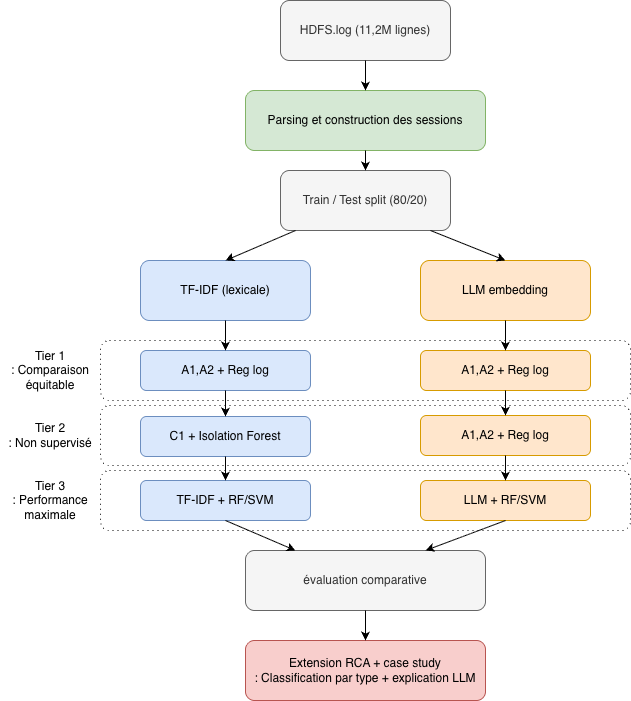
Above: flow_chart.png in epgpt11/semantic-log-anomaly-detection (draw.io), before the change. Source tidied: cells renumbered, new cells last; positions are measured from the earlier drawing's top-left corner, leaving out a move shared by most shapes. Source of this version:
```xml
<mxGraphModel>
  <root>
    <mxCell id="0" />
    <mxCell id="1" parent="0" />
    <mxCell id="2" style="rounded=1;whiteSpace=wrap;html=1;glass=0;dashed=1;dashPattern=1 4;fillColor=none;" parent="1" vertex="1">
      <mxGeometry x="100" y="470" width="530" height="60" as="geometry" />
    </mxCell>
    <mxCell id="3" style="rounded=1;whiteSpace=wrap;html=1;glass=0;dashed=1;dashPattern=1 4;fillColor=none;" parent="1" vertex="1">
      <mxGeometry x="100" y="405" width="530" height="60" as="geometry" />
    </mxCell>
    <mxCell id="4" style="rounded=1;whiteSpace=wrap;html=1;glass=0;dashed=1;dashPattern=1 4;fillColor=none;" parent="1" vertex="1">
      <mxGeometry x="100" y="340" width="530" height="60" as="geometry" />
    </mxCell>
    <mxCell id="5" value="HDFS.log (11,2M lignes)" style="rounded=1;whiteSpace=wrap;html=1;fillColor=#f5f5f5;fontColor=#333333;strokeColor=#666666;" parent="1" vertex="1">
      <mxGeometry x="280" width="170" height="60" as="geometry" />
    </mxCell>
    <mxCell id="6" value="Parsing et construction des sessions" style="rounded=1;whiteSpace=wrap;html=1;fillColor=#d5e8d4;strokeColor=#82b366;" parent="1" vertex="1">
      <mxGeometry x="245" y="90" width="240" height="60" as="geometry" />
    </mxCell>
    <mxCell id="7" value="Train / Test split (80/20)" style="rounded=1;whiteSpace=wrap;html=1;fillColor=#f5f5f5;fontColor=#333333;strokeColor=#666666;" parent="1" vertex="1">
      <mxGeometry x="280" y="170" width="170" height="60" as="geometry" />
    </mxCell>
    <mxCell id="8" value="TF-IDF (lexicale)" style="rounded=1;whiteSpace=wrap;html=1;fillColor=#dae8fc;strokeColor=#6c8ebf;" parent="1" vertex="1">
      <mxGeometry x="140" y="260" width="170" height="60" as="geometry" />
    </mxCell>
    <mxCell id="9" value="LLM embedding" style="rounded=1;whiteSpace=wrap;html=1;fillColor=#ffe6cc;strokeColor=#d79b00;" parent="1" vertex="1">
      <mxGeometry x="420" y="260" width="170" height="60" as="geometry" />
    </mxCell>
    <mxCell id="10" value="A1,A2 + Reg log" style="rounded=1;whiteSpace=wrap;html=1;fillColor=#dae8fc;strokeColor=#6c8ebf;" parent="1" vertex="1">
      <mxGeometry x="140" y="350" width="170" height="40" as="geometry" />
    </mxCell>
    <mxCell id="11" value="C1 + Isolation Forest" style="rounded=1;whiteSpace=wrap;html=1;fillColor=#dae8fc;strokeColor=#6c8ebf;" parent="1" vertex="1">
      <mxGeometry x="140" y="416" width="170" height="40" as="geometry" />
    </mxCell>
    <mxCell id="12" value="A1,A2 + Reg log" style="rounded=1;whiteSpace=wrap;html=1;fillColor=#ffe6cc;strokeColor=#d79b00;" parent="1" vertex="1">
      <mxGeometry x="420" y="350" width="170" height="40" as="geometry" />
    </mxCell>
    <mxCell id="13" value="A1,A2 + Reg log" style="rounded=1;whiteSpace=wrap;html=1;fillColor=#ffe6cc;strokeColor=#d79b00;" parent="1" vertex="1">
      <mxGeometry x="420" y="415" width="170" height="40" as="geometry" />
    </mxCell>
    <mxCell id="14" value="TF-IDF + RF/SVM" style="rounded=1;whiteSpace=wrap;html=1;fillColor=#dae8fc;strokeColor=#6c8ebf;" parent="1" vertex="1">
      <mxGeometry x="140" y="480" width="170" height="40" as="geometry" />
    </mxCell>
    <mxCell id="15" value="LLM + RF/SVM" style="rounded=1;whiteSpace=wrap;html=1;fillColor=#ffe6cc;strokeColor=#d79b00;" parent="1" vertex="1">
      <mxGeometry x="420" y="480" width="170" height="40" as="geometry" />
    </mxCell>
    <mxCell id="16" value="évaluation comparative" style="rounded=1;whiteSpace=wrap;html=1;fillColor=#f5f5f5;strokeColor=#666666;fontColor=#333333;" parent="1" vertex="1">
      <mxGeometry x="245" y="550" width="240" height="60" as="geometry" />
    </mxCell>
    <mxCell id="17" value="Tier 1&lt;div&gt;: Comparaison équitable&lt;/div&gt;" style="text;html=1;whiteSpace=wrap;strokeColor=none;fillColor=none;align=center;verticalAlign=middle;rounded=0;" parent="1" vertex="1">
      <mxGeometry y="355" width="100" height="30" as="geometry" />
    </mxCell>
    <mxCell id="18" value="Tier 2&lt;div&gt;: Non supervisé&lt;/div&gt;" style="text;html=1;whiteSpace=wrap;strokeColor=none;fillColor=none;align=center;verticalAlign=middle;rounded=0;" parent="1" vertex="1">
      <mxGeometry y="420" width="100" height="30" as="geometry" />
    </mxCell>
    <mxCell id="19" value="Tier 3&lt;div&gt;: Performance maximale&lt;/div&gt;" style="text;html=1;whiteSpace=wrap;strokeColor=none;fillColor=none;align=center;verticalAlign=middle;rounded=0;" parent="1" vertex="1">
      <mxGeometry y="485" width="100" height="30" as="geometry" />
    </mxCell>
    <mxCell id="20" value="Extension RCA + case study&lt;div&gt;: Classification par type + explication LLM&lt;/div&gt;" style="rounded=1;whiteSpace=wrap;html=1;fillColor=#f8cecc;strokeColor=#b85450;" parent="1" vertex="1">
      <mxGeometry x="245" y="640" width="240" height="60" as="geometry" />
    </mxCell>
    <mxCell id="21" style="endArrow=classic;html=1;rounded=0;entryX=0.5;entryY=0;entryDx=0;entryDy=0;" parent="1" edge="1" source="6" target="7">
      <mxGeometry relative="1" as="geometry" />
    </mxCell>
    <mxCell id="22" style="endArrow=classic;html=1;rounded=0;entryX=0.5;entryY=0;entryDx=0;entryDy=0;" parent="1" edge="1" source="7" target="8">
      <mxGeometry relative="1" as="geometry" />
    </mxCell>
    <mxCell id="23" style="endArrow=classic;html=1;rounded=0;entryX=0.5;entryY=0;entryDx=0;entryDy=0;" parent="1" edge="1" target="9">
      <mxGeometry relative="1" as="geometry">
        <mxPoint x="430" y="230" as="sourcePoint" />
      </mxGeometry>
    </mxCell>
    <mxCell id="24" style="endArrow=classic;html=1;rounded=0;exitX=0.5;exitY=1;exitDx=0;exitDy=0;" parent="1" edge="1" source="8" target="10">
      <mxGeometry relative="1" as="geometry" />
    </mxCell>
    <mxCell id="25" style="endArrow=classic;html=1;rounded=0;exitX=0.5;exitY=1;exitDx=0;exitDy=0;entryX=0.5;entryY=0;entryDx=0;entryDy=0;" parent="1" edge="1" source="9" target="12">
      <mxGeometry relative="1" as="geometry" />
    </mxCell>
    <mxCell id="26" style="endArrow=classic;html=1;rounded=0;exitX=0.5;exitY=1;exitDx=0;exitDy=0;entryX=0.5;entryY=0;entryDx=0;entryDy=0;" parent="1" edge="1" source="10" target="11">
      <mxGeometry relative="1" as="geometry" />
    </mxCell>
    <mxCell id="27" style="endArrow=classic;html=1;rounded=0;exitX=0.5;exitY=1;exitDx=0;exitDy=0;entryX=0.5;entryY=0;entryDx=0;entryDy=0;" parent="1" edge="1" source="12" target="13">
      <mxGeometry relative="1" as="geometry" />
    </mxCell>
    <mxCell id="28" style="endArrow=classic;html=1;rounded=0;exitX=0.5;exitY=1;exitDx=0;exitDy=0;" parent="1" edge="1" source="11" target="14">
      <mxGeometry relative="1" as="geometry" />
    </mxCell>
    <mxCell id="29" style="endArrow=classic;html=1;rounded=0;exitX=0.5;exitY=1;exitDx=0;exitDy=0;entryX=0.5;entryY=0;entryDx=0;entryDy=0;" parent="1" edge="1" source="13" target="15">
      <mxGeometry relative="1" as="geometry" />
    </mxCell>
    <mxCell id="30" style="endArrow=classic;html=1;rounded=0;exitX=0.5;exitY=1;exitDx=0;exitDy=0;" parent="1" edge="1" source="14" target="16">
      <mxGeometry relative="1" as="geometry" />
    </mxCell>
    <mxCell id="31" style="endArrow=classic;html=1;rounded=0;exitX=0.5;exitY=1;exitDx=0;exitDy=0;entryX=0.75;entryY=0;entryDx=0;entryDy=0;" parent="1" edge="1" source="15" target="16">
      <mxGeometry relative="1" as="geometry" />
    </mxCell>
    <mxCell id="32" style="endArrow=classic;html=1;rounded=0;exitX=0.5;exitY=1;exitDx=0;exitDy=0;entryX=0.5;entryY=0;entryDx=0;entryDy=0;" parent="1" edge="1" source="16" target="20">
      <mxGeometry relative="1" as="geometry" />
    </mxCell>
    <mxCell id="33" style="endArrow=classic;html=1;rounded=0;exitX=0.5;exitY=1;exitDx=0;exitDy=0;entryX=0.5;entryY=0;entryDx=0;entryDy=0;" parent="1" edge="1" source="5" target="6">
      <mxGeometry relative="1" as="geometry" />
    </mxCell>
  </root>
</mxGraphModel>
```
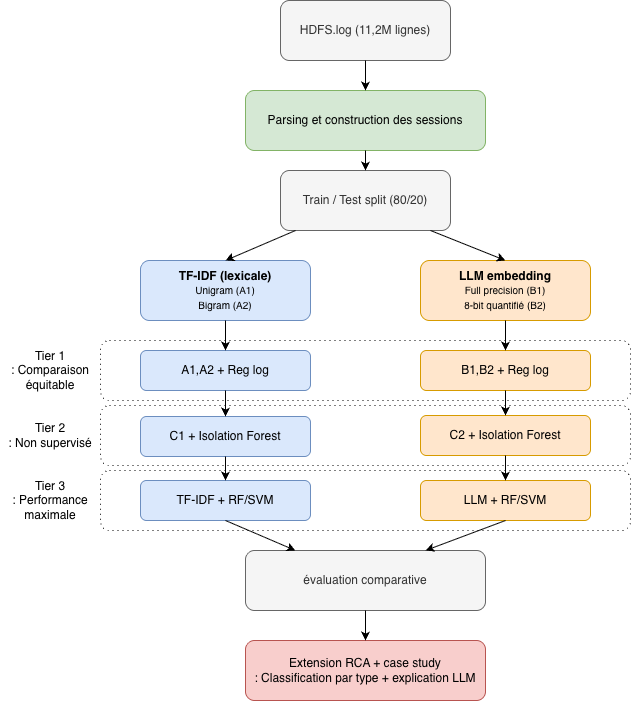
Later version of the same file.

The edit, as a diff of the source:
```diff
@@ -20,10 +20,10 @@
     <mxCell id="7" value="Train / Test split (80/20)" style="rounded=1;whiteSpace=wrap;html=1;fillColor=#f5f5f5;fontColor=#333333;strokeColor=#666666;" parent="1" vertex="1">
       <mxGeometry x="280" y="170" width="170" height="60" as="geometry" />
     </mxCell>
-    <mxCell id="8" value="TF-IDF (lexicale)" style="rounded=1;whiteSpace=wrap;html=1;fillColor=#dae8fc;strokeColor=#6c8ebf;" parent="1" vertex="1">
+    <mxCell id="8" value="&lt;b&gt;TF-IDF (lexicale)&lt;/b&gt;&lt;div&gt;&lt;font style=&quot;font-size: 10px;&quot;&gt;Unigram (A1)&lt;/font&gt;&lt;/div&gt;&lt;div&gt;&lt;font style=&quot;font-size: 10px;&quot;&gt;Bigram (A2)&lt;/font&gt;&lt;/div&gt;" style="rounded=1;whiteSpace=wrap;html=1;fillColor=#dae8fc;strokeColor=#6c8ebf;" parent="1" vertex="1">
       <mxGeometry x="140" y="260" width="170" height="60" as="geometry" />
     </mxCell>
-    <mxCell id="9" value="LLM embedding" style="rounded=1;whiteSpace=wrap;html=1;fillColor=#ffe6cc;strokeColor=#d79b00;" parent="1" vertex="1">
+    <mxCell id="9" value="&lt;b&gt;LLM embedding&lt;/b&gt;&lt;div&gt;&lt;font style=&quot;font-size: 10px;&quot;&gt;Full precision (B1)&lt;/font&gt;&lt;/div&gt;&lt;div&gt;&lt;font style=&quot;font-size: 10px;&quot;&gt;8-bit quantifié (B2)&lt;/font&gt;&lt;/div&gt;" style="rounded=1;whiteSpace=wrap;html=1;fillColor=#ffe6cc;strokeColor=#d79b00;" parent="1" vertex="1">
       <mxGeometry x="420" y="260" width="170" height="60" as="geometry" />
     </mxCell>
     <mxCell id="10" value="A1,A2 + Reg log" style="rounded=1;whiteSpace=wrap;html=1;fillColor=#dae8fc;strokeColor=#6c8ebf;" parent="1" vertex="1">
@@ -32,10 +32,10 @@
     <mxCell id="11" value="C1 + Isolation Forest" style="rounded=1;whiteSpace=wrap;html=1;fillColor=#dae8fc;strokeColor=#6c8ebf;" parent="1" vertex="1">
       <mxGeometry x="140" y="416" width="170" height="40" as="geometry" />
     </mxCell>
-    <mxCell id="12" value="A1,A2 + Reg log" style="rounded=1;whiteSpace=wrap;html=1;fillColor=#ffe6cc;strokeColor=#d79b00;" parent="1" vertex="1">
+    <mxCell id="12" value="B1,B2 + Reg log" style="rounded=1;whiteSpace=wrap;html=1;fillColor=#ffe6cc;strokeColor=#d79b00;" parent="1" vertex="1">
       <mxGeometry x="420" y="350" width="170" height="40" as="geometry" />
     </mxCell>
-    <mxCell id="13" value="A1,A2 + Reg log" style="rounded=1;whiteSpace=wrap;html=1;fillColor=#ffe6cc;strokeColor=#d79b00;" parent="1" vertex="1">
+    <mxCell id="13" value="C2 + Isolation Forest" style="rounded=1;whiteSpace=wrap;html=1;fillColor=#ffe6cc;strokeColor=#d79b00;" parent="1" vertex="1">
       <mxGeometry x="420" y="415" width="170" height="40" as="geometry" />
     </mxCell>
     <mxCell id="14" value="TF-IDF + RF/SVM" style="rounded=1;whiteSpace=wrap;html=1;fillColor=#dae8fc;strokeColor=#6c8ebf;" parent="1" vertex="1">
```
